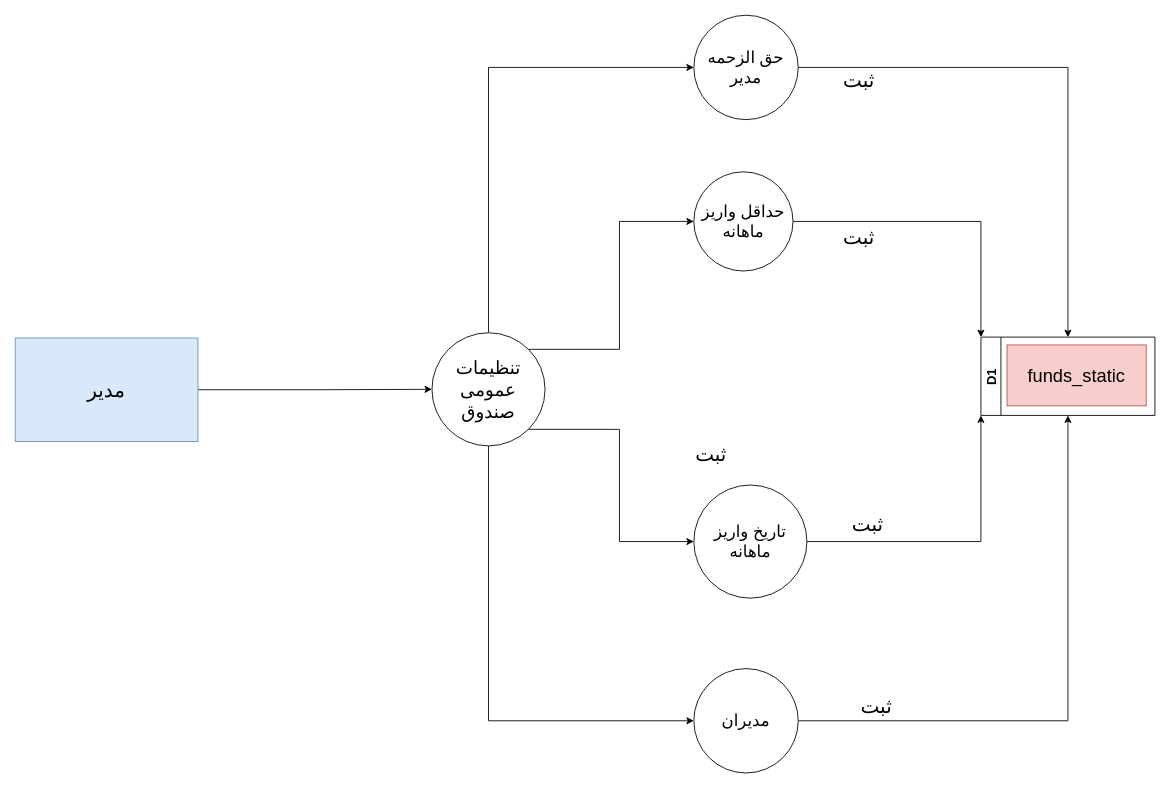
Before: page "فرایند تنظیمات عمومی صندوق" (4 of 6) of vam.drawio in sultanmrf/analysis_vamilon, a draw.io diagram. Source tidied: cells renumbered, new cells numbered last; positions are measured from the earlier drawing's top-left corner, leaving out a move shared by most shapes. Both pictures are drawn from the tidied source at 87%, with x=0, y=0 at pixel (15, 15).
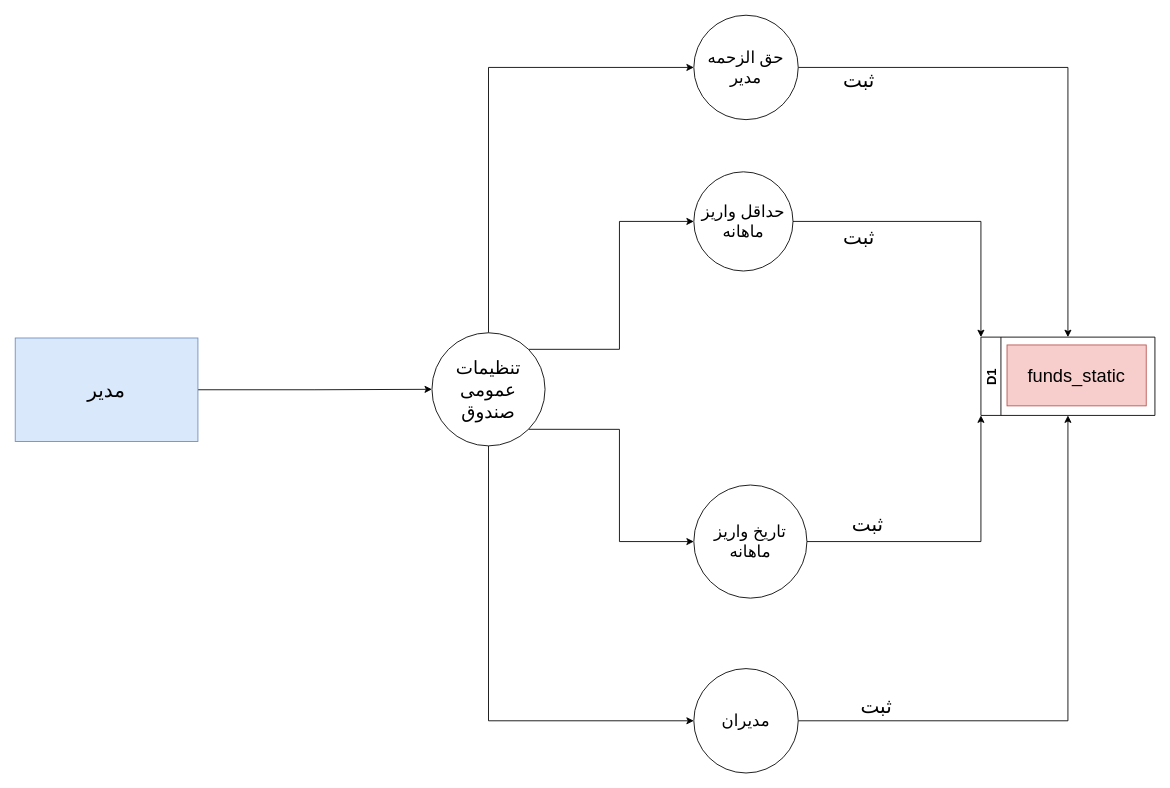
Above is the later version.

The edit, as a diff of the source:
```diff
@@
-    <mxCell id="20" value="ثبت" style="text;html=1;strokeColor=none;fillColor=none;align=center;verticalAlign=middle;whiteSpace=wrap;rounded=0;fontSize=23;" parent="1" vertex="1">
-      <mxGeometry x="770" y="490" width="60" height="30" as="geometry" />
-    </mxCell>
```
